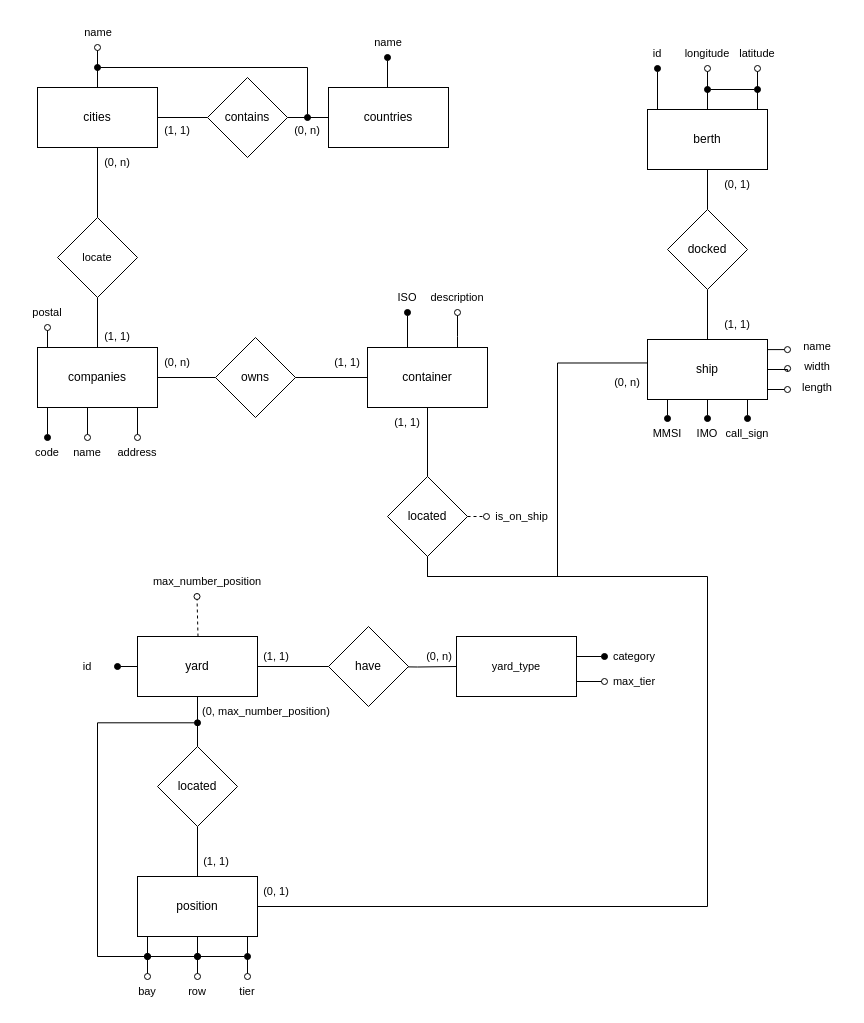
This is ERD.drawio from mervyn-teo/CS2102s, a draw.io file, before an edit. Source tidied: cells renumbered, new cells numbered last; positions are measured from the earlier drawing's top-left corner, leaving out a move shared by most shapes. Both pictures are drawn from the tidied source at 100%, with x=0, y=0 at pixel (17, 17).
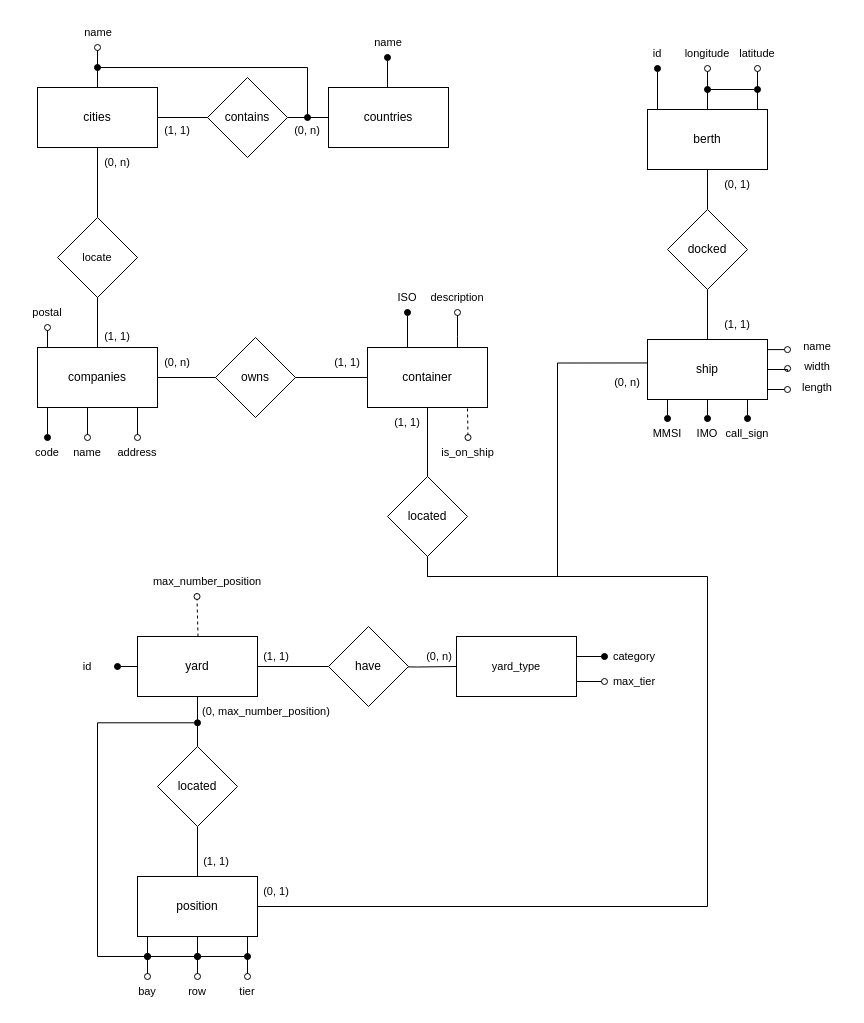
After the change.

The change refers to these unchanged cells:
```xml
<mxCell id="87" value="located" style="rhombus;whiteSpace=wrap;html=1;" parent="1" vertex="1">
  <mxGeometry x="370" y="459" width="80" height="80" as="geometry" />
</mxCell>
```

What changed in the source:
```diff
@@
-    <mxCell id="85" style="edgeStyle=orthogonalEdgeStyle;shape=connector;rounded=0;jettySize=auto;html=1;exitX=1;exitY=0.5;exitDx=0;exitDy=0;entryX=0;entryY=0.5;entryDx=0;entryDy=0;strokeColor=default;align=center;verticalAlign=middle;fontFamily=Helvetica;fontSize=11;fontColor=default;labelBackgroundColor=default;endArrow=oval;endFill=0;dashed=1;" parent="1" edge="1" source="87" target="100">
-      <mxGeometry relative="1" as="geometry" />
+    <mxCell id="85" style="edgeStyle=orthogonalEdgeStyle;shape=connector;rounded=0;jettySize=auto;html=1;entryX=0.5;entryY=0;entryDx=0;entryDy=0;strokeColor=default;align=center;verticalAlign=middle;fontFamily=Helvetica;fontSize=11;fontColor=default;labelBackgroundColor=default;endArrow=oval;endFill=0;dashed=1;" parent="1" edge="1" target="100">
+      <mxGeometry relative="1" as="geometry">
+        <mxPoint x="450" y="391" as="sourcePoint" />
+        <Array as="points">
+          <mxPoint x="451" y="391" />
+        </Array>
+      </mxGeometry>
     </mxCell>
@@
     <mxCell id="100" value="is_on_ship" style="text;html=1;align=center;verticalAlign=middle;whiteSpace=wrap;rounded=0;fontFamily=Helvetica;fontSize=11;fontColor=default;labelBackgroundColor=default;" parent="1" vertex="1">
-      <mxGeometry x="469" y="484" width="71" height="30" as="geometry" />
+      <mxGeometry x="415" y="420" width="71" height="30" as="geometry" />
     </mxCell>
```
